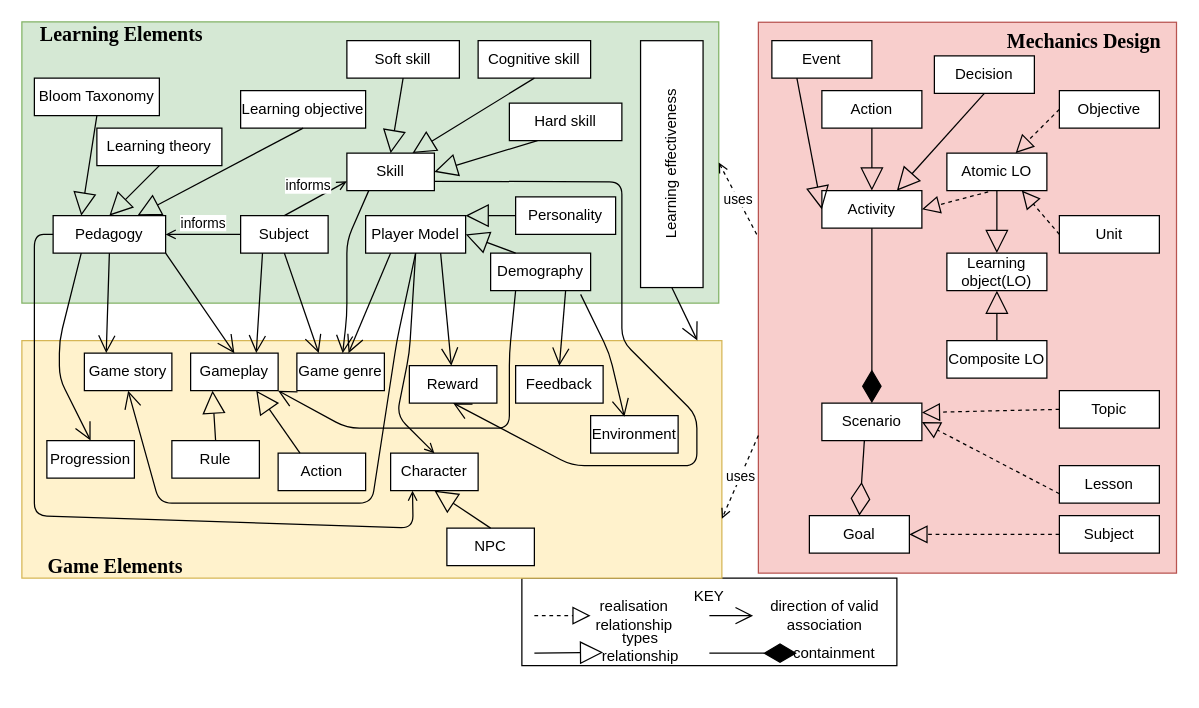
Kibolabs/Diagrams keeps this draw.io diagram as page "TheModel" (1 of 14) of TheModel.drawio. Above is the earlier version. Source tidied: cells renumbered, new cells numbered last; positions are measured from the earlier drawing's top-left corner, leaving out a move shared by most shapes. Both pictures are drawn from the tidied source at 125%, with x=0, y=0 at pixel (21, 21).
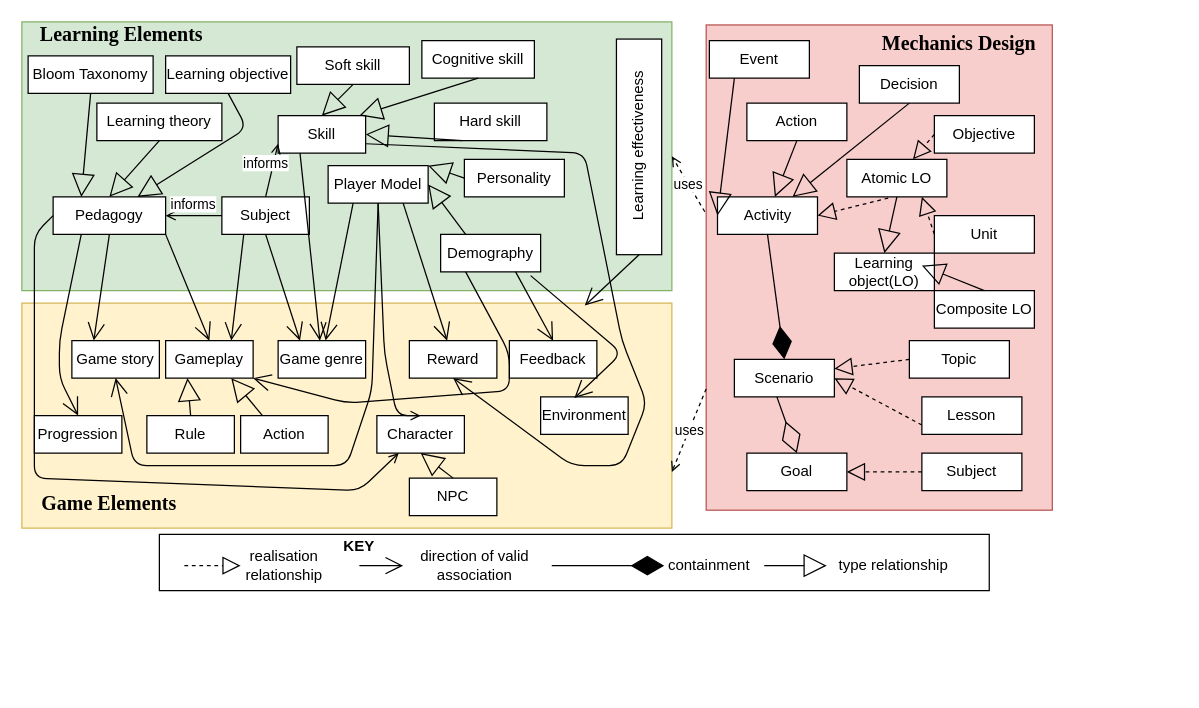
Above is the later version.

What changed in the source:
```diff
@@
     <mxCell id="2" style="rounded=0;whiteSpace=wrap;html=1;" parent="1" vertex="1">
-      <mxGeometry x="400" y="445" width="300" height="70" as="geometry" />
+      <mxGeometry x="110" y="410" width="663.9" height="45" as="geometry" />
     </mxCell>
     <mxCell id="3" style="rounded=0;whiteSpace=wrap;html=1;rotation=-90;fillColor=#f8cecc;strokeColor=#b85450;" parent="1" vertex="1">
-      <mxGeometry x="536.1" y="53.4" width="440.7" height="334.5" as="geometry" />
+      <mxGeometry x="491.8" y="58.1" width="388.2" height="276.9" as="geometry" />
     </mxCell>
     <mxCell id="4" style="rounded=0;whiteSpace=wrap;html=1;fillColor=#fff2cc;strokeColor=#d6b656;" parent="1" vertex="1">
-      <mxGeometry y="255" width="560" height="190" as="geometry" />
+      <mxGeometry y="225" width="520" height="180" as="geometry" />
     </mxCell>
     <mxCell id="5" style="rounded=0;whiteSpace=wrap;html=1;fillColor=#d5e8d4;strokeColor=#82b366;" parent="1" vertex="1">
-      <mxGeometry width="557.5" height="225" as="geometry" />
+      <mxGeometry width="520" height="215" as="geometry" />
     </mxCell>
     <mxCell id="6" value="Player Model" style="rounded=0;whiteSpace=wrap;html=1;" parent="1" vertex="1">
-      <mxGeometry x="275" y="155" width="80" height="30" as="geometry" />
+      <mxGeometry x="245" y="115" width="80" height="30" as="geometry" />
     </mxCell>
     <mxCell id="7" value="Subject" style="rounded=0;whiteSpace=wrap;html=1;" parent="1" vertex="1">
-      <mxGeometry x="175" y="155" width="70" height="30" as="geometry" />
+      <mxGeometry x="160" y="140" width="70" height="30" as="geometry" />
     </mxCell>
     <mxCell id="8" value="Bloom Taxonomy" style="rounded=0;whiteSpace=wrap;html=1;" parent="1" vertex="1">
-      <mxGeometry x="10" y="45" width="100" height="30" as="geometry" />
+      <mxGeometry x="5" y="27.2" width="100" height="30" as="geometry" />
     </mxCell>
     <mxCell id="9" value="Pedagogy" style="rounded=0;whiteSpace=wrap;html=1;" parent="1" vertex="1">
-      <mxGeometry x="25" y="155" width="90" height="30" as="geometry" />
+      <mxGeometry x="25" y="140" width="90" height="30" as="geometry" />
     </mxCell>
     <mxCell id="10" value="Learning objective" style="rounded=0;whiteSpace=wrap;html=1;" parent="1" vertex="1">
-      <mxGeometry x="175" y="55" width="100" height="30" as="geometry" />
+      <mxGeometry x="115" y="27.2" width="100" height="30" as="geometry" />
     </mxCell>
     <mxCell id="11" value="Learning theory" style="rounded=0;whiteSpace=wrap;html=1;" parent="1" vertex="1">
-      <mxGeometry x="60" y="85" width="100" height="30" as="geometry" />
+      <mxGeometry x="60" y="65" width="100" height="30" as="geometry" />
     </mxCell>
     <mxCell id="12" value="Skill" style="rounded=0;whiteSpace=wrap;html=1;" parent="1" vertex="1">
-      <mxGeometry x="260" y="105" width="70" height="30" as="geometry" />
+      <mxGeometry x="205" y="75" width="70" height="30" as="geometry" />
     </mxCell>
     <mxCell id="13" value="Soft skill" style="rounded=0;whiteSpace=wrap;html=1;" parent="1" vertex="1">
-      <mxGeometry x="260" y="15" width="90" height="30" as="geometry" />
+      <mxGeometry x="220" y="20" width="90" height="30" as="geometry" />
     </mxCell>
     <mxCell id="14" value="Hard skill" style="rounded=0;whiteSpace=wrap;html=1;" parent="1" vertex="1">
-      <mxGeometry x="390" y="65" width="90" height="30" as="geometry" />
+      <mxGeometry x="330" y="65" width="90" height="30" as="geometry" />
     </mxCell>
     <mxCell id="15" value="Cognitive skill" style="rounded=0;whiteSpace=wrap;html=1;" parent="1" vertex="1">
-      <mxGeometry x="365" y="15" width="90" height="30" as="geometry" />
+      <mxGeometry x="320" y="15" width="90" height="30" as="geometry" />
     </mxCell>
     <mxCell id="16" value="Demography" style="rounded=0;whiteSpace=wrap;html=1;" parent="1" vertex="1">
-      <mxGeometry x="375" y="185" width="80" height="30" as="geometry" />
+      <mxGeometry x="335" y="170" width="80" height="30" as="geometry" />
     </mxCell>
     <mxCell id="17" value="Personality" style="rounded=0;whiteSpace=wrap;html=1;" parent="1" vertex="1">
-      <mxGeometry x="395" y="140" width="80" height="30" as="geometry" />
+      <mxGeometry x="354" y="110" width="80" height="30" as="geometry" />
     </mxCell>
@@
     <mxCell id="20" style="endArrow=block;endSize=16;endFill=0;html=1;exitX=0.5;exitY=1;exitDx=0;exitDy=0;entryX=0.75;entryY=0;entryDx=0;entryDy=0;" parent="1" edge="1" source="10" target="9">
-      <mxGeometry relative="1" as="geometry" />
+      <mxGeometry relative="1" as="geometry">
+        <Array as="points">
+          <mxPoint x="180" y="85" />
+        </Array>
+      </mxGeometry>
     </mxCell>
@@
-    <mxCell id="23" style="endArrow=block;endSize=16;endFill=0;html=1;exitX=0.5;exitY=1;exitDx=0;exitDy=0;entryX=0.75;entryY=0;entryDx=0;entryDy=0;" parent="1" edge="1" source="15" target="12">
-      <mxGeometry relative="1" as="geometry" />
+    <mxCell id="23" style="endArrow=block;endSize=16;endFill=0;html=1;exitX=0.5;exitY=1;exitDx=0;exitDy=0;" parent="1" edge="1" source="15">
+      <mxGeometry relative="1" as="geometry">
+        <mxPoint x="270" y="75" as="targetPoint" />
+      </mxGeometry>
     </mxCell>
@@
     <mxCell id="26" value="Learning effectiveness" style="rounded=0;whiteSpace=wrap;html=1;rotation=-90;" parent="1" vertex="1">
-      <mxGeometry x="421.2" y="88.8" width="197.5" height="50" as="geometry" />
+      <mxGeometry x="407.5" y="81.9" width="172.5" height="36.2" as="geometry" />
     </mxCell>
     <mxCell id="27" value="Game genre" style="rounded=0;whiteSpace=wrap;html=1;" parent="1" vertex="1">
-      <mxGeometry x="220" y="265" width="70" height="30" as="geometry" />
+      <mxGeometry x="205" y="255" width="70" height="30" as="geometry" />
     </mxCell>
     <mxCell id="28" value="Game story" style="rounded=0;whiteSpace=wrap;html=1;" parent="1" vertex="1">
-      <mxGeometry x="50" y="265" width="70" height="30" as="geometry" />
+      <mxGeometry x="40" y="255" width="70" height="30" as="geometry" />
     </mxCell>
     <mxCell id="29" value="Feedback" style="rounded=0;whiteSpace=wrap;html=1;" parent="1" vertex="1">
-      <mxGeometry x="395" y="275" width="70" height="30" as="geometry" />
+      <mxGeometry x="390" y="255" width="70" height="30" as="geometry" />
     </mxCell>
     <mxCell id="30" value="Gameplay" style="rounded=0;whiteSpace=wrap;html=1;" parent="1" vertex="1">
-      <mxGeometry x="135" y="265" width="70" height="30" as="geometry" />
+      <mxGeometry x="115" y="255" width="70" height="30" as="geometry" />
     </mxCell>
     <mxCell id="31" value="Rule" style="rounded=0;whiteSpace=wrap;html=1;" parent="1" vertex="1">
-      <mxGeometry x="120" y="335" width="70" height="30" as="geometry" />
+      <mxGeometry x="100" y="315" width="70" height="30" as="geometry" />
     </mxCell>
     <mxCell id="32" value="Action" style="rounded=0;whiteSpace=wrap;html=1;" parent="1" vertex="1">
-      <mxGeometry x="205" y="345" width="70" height="30" as="geometry" />
+      <mxGeometry x="175" y="315" width="70" height="30" as="geometry" />
     </mxCell>
     <mxCell id="33" value="Reward" style="rounded=0;whiteSpace=wrap;html=1;" parent="1" vertex="1">
-      <mxGeometry x="310" y="275" width="70" height="30" as="geometry" />
+      <mxGeometry x="310" y="255" width="70" height="30" as="geometry" />
     </mxCell>
     <mxCell id="34" value="Environment" style="rounded=0;whiteSpace=wrap;html=1;" parent="1" vertex="1">
-      <mxGeometry x="455" y="315" width="70" height="30" as="geometry" />
+      <mxGeometry x="415" y="300" width="70" height="30" as="geometry" />
     </mxCell>
     <mxCell id="35" value="Character" style="rounded=0;whiteSpace=wrap;html=1;" parent="1" vertex="1">
-      <mxGeometry x="295" y="345" width="70" height="30" as="geometry" />
+      <mxGeometry x="284" y="315" width="70" height="30" as="geometry" />
     </mxCell>
     <mxCell id="36" value="NPC" style="rounded=0;whiteSpace=wrap;html=1;" parent="1" vertex="1">
-      <mxGeometry x="340" y="405" width="70" height="30" as="geometry" />
+      <mxGeometry x="310" y="365" width="70" height="30" as="geometry" />
     </mxCell>
@@
     <mxCell id="40" value="Activity" style="rounded=0;whiteSpace=wrap;html=1;" parent="1" vertex="1">
-      <mxGeometry x="640" y="135" width="80" height="30" as="geometry" />
+      <mxGeometry x="556.5" y="140" width="80" height="30" as="geometry" />
     </mxCell>
     <mxCell id="41" value="Scenario" style="rounded=0;whiteSpace=wrap;html=1;" parent="1" vertex="1">
-      <mxGeometry x="640" y="305" width="80" height="30" as="geometry" />
+      <mxGeometry x="570" y="270" width="80" height="30" as="geometry" />
     </mxCell>
     <mxCell id="42" value="Goal" style="rounded=0;whiteSpace=wrap;html=1;" parent="1" vertex="1">
-      <mxGeometry x="630" y="395" width="80" height="30" as="geometry" />
+      <mxGeometry x="580" y="345" width="80" height="30" as="geometry" />
     </mxCell>
@@
     <mxCell id="45" value="Learning object(LO)" style="rounded=0;whiteSpace=wrap;html=1;" parent="1" vertex="1">
-      <mxGeometry x="740" y="185" width="80" height="30" as="geometry" />
+      <mxGeometry x="650" y="185" width="80" height="30" as="geometry" />
     </mxCell>
     <mxCell id="46" value="Composite LO" style="rounded=0;whiteSpace=wrap;html=1;" parent="1" vertex="1">
-      <mxGeometry x="740" y="255" width="80" height="30" as="geometry" />
+      <mxGeometry x="730" y="215" width="80" height="30" as="geometry" />
     </mxCell>
     <mxCell id="47" value="Atomic LO" style="rounded=0;whiteSpace=wrap;html=1;" parent="1" vertex="1">
-      <mxGeometry x="740" y="105" width="80" height="30" as="geometry" />
+      <mxGeometry x="660" y="110" width="80" height="30" as="geometry" />
     </mxCell>
     <mxCell id="48" value="Action" style="rounded=0;whiteSpace=wrap;html=1;" parent="1" vertex="1">
-      <mxGeometry x="640" y="55" width="80" height="30" as="geometry" />
+      <mxGeometry x="580" y="65" width="80" height="30" as="geometry" />
     </mxCell>
     <mxCell id="49" value="Event" style="rounded=0;whiteSpace=wrap;html=1;" parent="1" vertex="1">
-      <mxGeometry x="600" y="15" width="80" height="30" as="geometry" />
+      <mxGeometry x="550" y="15" width="80" height="30" as="geometry" />
     </mxCell>
     <mxCell id="50" value="Decision" style="rounded=0;whiteSpace=wrap;html=1;" parent="1" vertex="1">
-      <mxGeometry x="730" y="27.2" width="80" height="30" as="geometry" />
+      <mxGeometry x="670" y="35" width="80" height="30" as="geometry" />
     </mxCell>
@@
-    <mxCell id="56" style="endArrow=block;endSize=16;endFill=0;html=1;exitX=0.5;exitY=0;exitDx=0;exitDy=0;entryX=0.5;entryY=1;entryDx=0;entryDy=0;" parent="1" edge="1" source="46" target="45">
+    <mxCell id="56" style="endArrow=block;endSize=16;endFill=0;html=1;exitX=0.5;exitY=0;exitDx=0;exitDy=0;entryX=0.875;entryY=0.333;entryDx=0;entryDy=0;entryPerimeter=0;" parent="1" edge="1" source="46" target="45">
       <mxGeometry relative="1" as="geometry" />
     </mxCell>
     <mxCell id="57" value="Objective" style="rounded=0;whiteSpace=wrap;html=1;" parent="1" vertex="1">
-      <mxGeometry x="830" y="55" width="80" height="30" as="geometry" />
+      <mxGeometry x="730" y="75" width="80" height="30" as="geometry" />
     </mxCell>
     <mxCell id="58" value="Topic" style="rounded=0;whiteSpace=wrap;html=1;" parent="1" vertex="1">
-      <mxGeometry x="830" y="295" width="80" height="30" as="geometry" />
+      <mxGeometry x="710" y="255" width="80" height="30" as="geometry" />
     </mxCell>
     <mxCell id="59" value="Lesson" style="rounded=0;whiteSpace=wrap;html=1;" parent="1" vertex="1">
-      <mxGeometry x="830" y="355" width="80" height="30" as="geometry" />
+      <mxGeometry x="720" y="300" width="80" height="30" as="geometry" />
     </mxCell>
     <mxCell id="60" value="Subject" style="rounded=0;whiteSpace=wrap;html=1;" parent="1" vertex="1">
-      <mxGeometry x="830" y="395" width="80" height="30" as="geometry" />
+      <mxGeometry x="720" y="345" width="80" height="30" as="geometry" />
     </mxCell>
@@
     <mxCell id="64" value="Unit" style="rounded=0;whiteSpace=wrap;html=1;" parent="1" vertex="1">
-      <mxGeometry x="830" y="155" width="80" height="30" as="geometry" />
+      <mxGeometry x="730" y="155" width="80" height="30" as="geometry" />
     </mxCell>
@@
     <mxCell id="67" value="Progression" style="rounded=0;whiteSpace=wrap;html=1;" parent="1" vertex="1">
-      <mxGeometry x="20" y="335" width="70" height="30" as="geometry" />
+      <mxGeometry x="10" y="315" width="70" height="30" as="geometry" />
     </mxCell>
@@
     <mxCell id="73" style="endArrow=open;endFill=1;endSize=12;html=1;exitX=0.5;exitY=1;exitDx=0;exitDy=0;entryX=0.5;entryY=1;entryDx=0;entryDy=0;" parent="1" edge="1" source="6" target="28">
       <mxGeometry relative="1" as="geometry">
         <Array as="points">
-          <mxPoint x="300" y="255" />
-          <mxPoint x="280" y="385" />
-          <mxPoint x="110" y="385" />
+          <mxPoint x="280" y="295" />
+          <mxPoint x="260" y="355" />
+          <mxPoint x="90" y="355" />
         </Array>
       </mxGeometry>
     </mxCell>
@@
     <mxCell id="76" style="endArrow=open;endFill=1;endSize=12;html=1;exitX=0.25;exitY=1;exitDx=0;exitDy=0;" parent="1" edge="1" source="12" target="27">
-      <mxGeometry relative="1" as="geometry">
-        <Array as="points">
-          <mxPoint x="260" y="175" />
-          <mxPoint x="260" y="235" />
-        </Array>
-      </mxGeometry>
+      <mxGeometry relative="1" as="geometry" />
     </mxCell>
     <mxCell id="77" style="endArrow=open;endFill=1;endSize=12;html=1;exitX=1;exitY=0.75;exitDx=0;exitDy=0;entryX=0.5;entryY=1;entryDx=0;entryDy=0;" parent="1" edge="1" source="12" target="33">
       <mxGeometry relative="1" as="geometry">
         <Array as="points">
-          <mxPoint x="480" y="128" />
+          <mxPoint x="450" y="105" />
           <mxPoint x="480" y="255" />
-          <mxPoint x="540" y="315" />
-          <mxPoint x="540" y="355" />
+          <mxPoint x="500" y="305" />
+          <mxPoint x="480" y="355" />
           <mxPoint x="440" y="355" />
         </Array>
       </mxGeometry>
     </mxCell>
     <mxCell id="78" style="endArrow=open;endFill=1;endSize=12;html=1;exitX=0.9;exitY=1.1;exitDx=0;exitDy=0;exitPerimeter=0;entryX=0.386;entryY=0.033;entryDx=0;entryDy=0;entryPerimeter=0;" parent="1" edge="1" source="16" target="34">
       <mxGeometry relative="1" as="geometry">
         <Array as="points">
-          <mxPoint x="470" y="265" />
+          <mxPoint x="480" y="265" />
         </Array>
       </mxGeometry>
     </mxCell>
@@
     <mxCell id="80" style="endArrow=open;endFill=1;endSize=12;html=1;entryX=1;entryY=1;entryDx=0;entryDy=0;exitX=0.25;exitY=1;exitDx=0;exitDy=0;" parent="1" edge="1" source="16" target="30">
       <mxGeometry relative="1" as="geometry">
         <Array as="points">
           <mxPoint x="390" y="265" />
-          <mxPoint x="390" y="325" />
-          <mxPoint x="260" y="325" />
+          <mxPoint x="390" y="295" />
+          <mxPoint x="260" y="305" />
         </Array>
       </mxGeometry>
     </mxCell>
@@
     <mxCell id="83" style="endArrow=open;html=1;exitX=0.5;exitY=1;exitDx=0;exitDy=0;entryX=0.5;entryY=0;entryDx=0;entryDy=0;rounded=1;startArrow=none;startFill=0;endFill=0;" parent="1" edge="1" source="6" target="35">
       <mxGeometry relative="1" as="geometry">
         <Array as="points">
-          <mxPoint x="310" y="265" />
+          <mxPoint x="290" y="265" />
           <mxPoint x="300" y="315" />
         </Array>
       </mxGeometry>
     </mxCell>
@@
     <mxCell id="87" value="&lt;b&gt;&lt;font face=&quot;Times New Roman&quot; style=&quot;font-size: 16px&quot;&gt;Game Elements&lt;/font&gt;&lt;/b&gt;" style="text;html=1;strokeColor=none;fillColor=none;align=center;verticalAlign=middle;whiteSpace=wrap;rounded=0;" parent="1" vertex="1">
-      <mxGeometry x="10" y="425" width="130" height="20" as="geometry" />
+      <mxGeometry x="5" y="375" width="130" height="20" as="geometry" />
     </mxCell>
     <mxCell id="88" value="&lt;b&gt;&lt;font face=&quot;Times New Roman&quot; style=&quot;font-size: 16px&quot;&gt;Mechanics Design&lt;/font&gt;&lt;/b&gt;" style="text;html=1;strokeColor=none;fillColor=none;align=center;verticalAlign=middle;whiteSpace=wrap;rounded=0;" parent="1" vertex="1">
-      <mxGeometry x="780" y="5" width="140" height="20" as="geometry" />
+      <mxGeometry x="680" y="7.2" width="140" height="20" as="geometry" />
     </mxCell>
-    <mxCell id="89" style="endArrow=open;endFill=1;endSize=12;html=1;exitX=0;exitY=0.5;exitDx=0;exitDy=0;entryX=0.965;entryY=0;entryDx=0;entryDy=0;entryPerimeter=0;" parent="1" edge="1" source="26" target="4">
+    <mxCell id="89" style="endArrow=open;endFill=1;endSize=12;html=1;exitX=0;exitY=0.5;exitDx=0;exitDy=0;entryX=0.866;entryY=0.011;entryDx=0;entryDy=0;entryPerimeter=0;" parent="1" edge="1" source="26" target="4">
       <mxGeometry relative="1" as="geometry" />
     </mxCell>
     <mxCell id="90" style="endArrow=open;html=1;exitX=0;exitY=0.5;exitDx=0;exitDy=0;entryX=0.25;entryY=1;entryDx=0;entryDy=0;endFill=0;" parent="1" edge="1" source="9" target="35">
       <mxGeometry relative="1" as="geometry">
         <Array as="points">
           <mxPoint x="10" y="170" />
-          <mxPoint x="10" y="395" />
-          <mxPoint x="313" y="405" />
+          <mxPoint x="10" y="365" />
+          <mxPoint x="270" y="375" />
         </Array>
       </mxGeometry>
     </mxCell>
-    <mxCell id="91" value="KEY" style="text;html=1;strokeColor=none;fillColor=none;align=center;verticalAlign=middle;whiteSpace=wrap;rounded=0;" parent="1" vertex="1">
-      <mxGeometry x="520" y="445" width="60" height="30" as="geometry" />
+    <mxCell id="91" value="KEY" style="text;html=1;strokeColor=none;fillColor=none;align=center;verticalAlign=middle;whiteSpace=wrap;rounded=0;fontStyle=1;" parent="1" vertex="1">
+      <mxGeometry x="240" y="405" width="60" height="30" as="geometry" />
     </mxCell>
@@
     <mxCell id="93" style="endArrow=block;dashed=1;endFill=0;endSize=12;html=1;rounded=0;" parent="1" edge="1">
       <mxGeometry relative="1" as="geometry">
-        <mxPoint x="410" y="475" as="sourcePoint" />
-        <mxPoint x="455" y="475" as="targetPoint" />
+        <mxPoint x="130" y="435" as="sourcePoint" />
+        <mxPoint x="175" y="435" as="targetPoint" />
       </mxGeometry>
     </mxCell>
     <mxCell id="94" value="direction of valid association" style="text;html=1;strokeColor=none;fillColor=none;align=center;verticalAlign=middle;whiteSpace=wrap;rounded=0;" parent="1" vertex="1">
-      <mxGeometry x="585" y="460" width="115" height="30" as="geometry" />
+      <mxGeometry x="305" y="420" width="115" height="30" as="geometry" />
     </mxCell>
     <mxCell id="95" value="realisation relationship" style="text;html=1;strokeColor=none;fillColor=none;align=center;verticalAlign=middle;whiteSpace=wrap;rounded=0;" parent="1" vertex="1">
-      <mxGeometry x="460" y="460" width="60" height="30" as="geometry" />
+      <mxGeometry x="180" y="420" width="60" height="30" as="geometry" />
     </mxCell>
     <mxCell id="96" style="endArrow=block;endSize=16;endFill=0;html=1;rounded=0;" parent="1" edge="1">
       <mxGeometry relative="1" as="geometry">
-        <mxPoint x="410" y="505" as="sourcePoint" />
-        <mxPoint x="465" y="504.5" as="targetPoint" />
+        <mxPoint x="593.9" y="435" as="sourcePoint" />
+        <mxPoint x="643.9" y="435" as="targetPoint" />
       </mxGeometry>
     </mxCell>
-    <mxCell id="97" value="types relationship" style="text;html=1;strokeColor=none;fillColor=none;align=center;verticalAlign=middle;whiteSpace=wrap;rounded=0;" parent="1" vertex="1">
-      <mxGeometry x="465" y="485" width="60" height="30" as="geometry" />
+    <mxCell id="97" value="type relationship" style="text;html=1;strokeColor=none;fillColor=none;align=center;verticalAlign=middle;whiteSpace=wrap;rounded=0;" parent="1" vertex="1">
+      <mxGeometry x="650.9" y="420" width="93" height="30" as="geometry" />
     </mxCell>
-    <mxCell id="98" style="endArrow=diamondThin;endFill=1;endSize=24;html=1;rounded=0;" parent="1" edge="1" target="99">
+    <mxCell id="98" style="endArrow=diamondThin;endFill=1;endSize=24;html=1;rounded=0;" parent="1" edge="1">
       <mxGeometry relative="1" as="geometry">
-        <mxPoint x="550" y="505" as="sourcePoint" />
+        <mxPoint x="423.9" y="435" as="sourcePoint" />
+        <mxPoint x="513.9" y="435" as="targetPoint" />
         <Array as="points">
-          <mxPoint x="620" y="505" />
+          <mxPoint x="423.9" y="435" />
+          <mxPoint x="483.9" y="435" />
         </Array>
       </mxGeometry>
     </mxCell>
     <mxCell id="99" value="containment" style="text;html=1;strokeColor=none;fillColor=none;align=center;verticalAlign=middle;whiteSpace=wrap;rounded=0;" parent="1" vertex="1">
-      <mxGeometry x="620" y="490" width="60" height="30" as="geometry" />
+      <mxGeometry x="520.3" y="420" width="60" height="30" as="geometry" />
     </mxCell>
```
